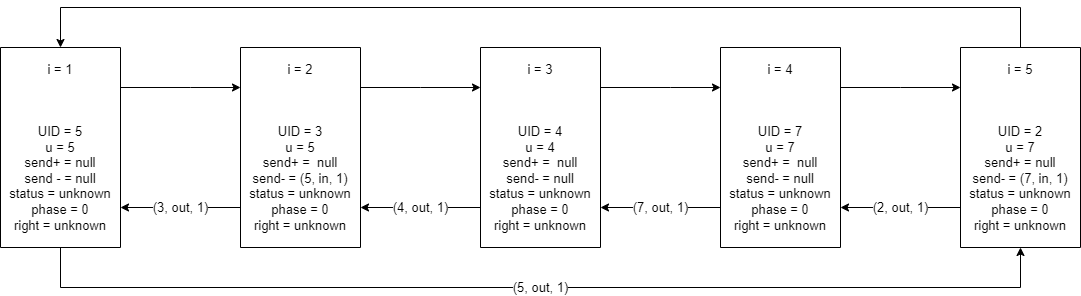
Earlier version of the draw.io export tods/02-tods.drawio.png (h1tlan/tods_first_exercise). Source tidied: cells renumbered, new cells last; positions are measured from the earlier drawing's top-left corner, leaving out a move shared by most shapes.
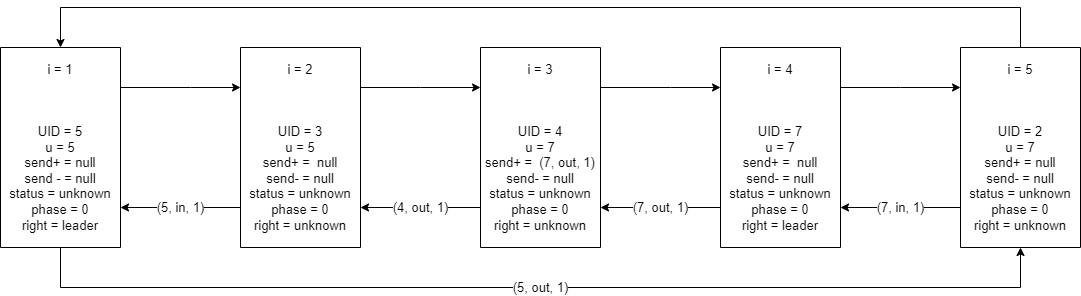
Above is the later version.

Diff of the diagram source:
```diff
@@ -18,10 +18,10 @@
         </Array>
       </mxGeometry>
     </mxCell>
-    <mxCell id="4" value="i = 1&lt;br&gt;&lt;br&gt;&lt;br&gt;&lt;br&gt;UID = 5&lt;br&gt;u = 5&lt;br&gt;send+ = null&lt;br&gt;send - = null&lt;br&gt;status = unknown&lt;br&gt;phase = 0&lt;br&gt;right = unknown" style="rounded=0;whiteSpace=wrap;html=1;fontSize=13;direction=south;" parent="1" vertex="1">
+    <mxCell id="4" value="i = 1&lt;br&gt;&lt;br&gt;&lt;br&gt;&lt;br&gt;UID = 5&lt;br&gt;u = 5&lt;br&gt;send+ = null&lt;br&gt;send - = null&lt;br&gt;status = unknown&lt;br&gt;phase = 0&lt;br&gt;right = leader" style="rounded=0;whiteSpace=wrap;html=1;fontSize=13;direction=south;" parent="1" vertex="1">
       <mxGeometry y="40" width="120" height="200" as="geometry" />
     </mxCell>
-    <mxCell id="5" value="(3, out, 1)" style="edgeStyle=orthogonalEdgeStyle;rounded=0;jettySize=auto;html=1;labelBorderColor=none;fontSize=13;" parent="1" edge="1" source="7" target="4">
+    <mxCell id="5" value="(5, in, 1)" style="edgeStyle=orthogonalEdgeStyle;rounded=0;jettySize=auto;html=1;labelBorderColor=none;fontSize=13;" parent="1" edge="1" source="7" target="4">
       <mxGeometry relative="1" as="geometry">
         <Array as="points">
           <mxPoint x="190" y="200" />
@@ -37,7 +37,7 @@
         </Array>
       </mxGeometry>
     </mxCell>
-    <mxCell id="7" value="i = 2&lt;br&gt;&lt;br&gt;&lt;br&gt;&lt;br&gt;UID = 3&lt;br&gt;u = 5&lt;br&gt;send+ =&amp;nbsp; null&lt;br&gt;send- = (5, in, 1)&lt;br&gt;status = unknown&lt;br&gt;phase = 0&lt;br&gt;right = unknown" style="rounded=0;whiteSpace=wrap;html=1;fontSize=13;direction=south;" parent="1" vertex="1">
+    <mxCell id="7" value="i = 2&lt;br&gt;&lt;br&gt;&lt;br&gt;&lt;br&gt;UID = 3&lt;br&gt;u = 5&lt;br&gt;send+ =&amp;nbsp; null&lt;br&gt;send- = null&lt;br&gt;status = unknown&lt;br&gt;phase = 0&lt;br&gt;right = unknown" style="rounded=0;whiteSpace=wrap;html=1;fontSize=13;direction=south;" parent="1" vertex="1">
       <mxGeometry x="240" y="40" width="120" height="200" as="geometry" />
     </mxCell>
     <mxCell id="8" value="(4, out, 1)" style="edgeStyle=orthogonalEdgeStyle;rounded=0;jettySize=auto;html=1;labelBorderColor=none;fontSize=13;" parent="1" edge="1" source="10" target="7">
@@ -56,7 +56,7 @@
         </Array>
       </mxGeometry>
     </mxCell>
-    <mxCell id="10" value="i = 3&lt;br&gt;&lt;br&gt;&lt;br&gt;&lt;br&gt;UID = 4&lt;br&gt;u = 4&lt;br&gt;send+ =&amp;nbsp; null&lt;br&gt;send- = null&lt;br&gt;status = unknown&lt;br&gt;phase = 0&lt;br&gt;right = unknown" style="rounded=0;whiteSpace=wrap;html=1;fontSize=13;direction=south;" parent="1" vertex="1">
+    <mxCell id="10" value="i = 3&lt;br&gt;&lt;br&gt;&lt;br&gt;&lt;br&gt;UID = 4&lt;br&gt;u = 7&lt;br&gt;send+ =&amp;nbsp; (7, out, 1)&lt;br&gt;send- = null&lt;br&gt;status = unknown&lt;br&gt;phase = 0&lt;br&gt;right = unknown" style="rounded=0;whiteSpace=wrap;html=1;fontSize=13;direction=south;" parent="1" vertex="1">
       <mxGeometry x="480" y="40" width="120" height="200" as="geometry" />
     </mxCell>
     <mxCell id="11" value="(7, out, 1)" style="edgeStyle=orthogonalEdgeStyle;rounded=0;jettySize=auto;html=1;labelBorderColor=none;fontSize=13;" parent="1" edge="1" source="13" target="10">
@@ -75,10 +75,10 @@
         </Array>
       </mxGeometry>
     </mxCell>
-    <mxCell id="13" value="i = 4&lt;br&gt;&lt;br&gt;&lt;br&gt;&lt;br&gt;UID = 7&lt;br&gt;u = 7&lt;br&gt;send+ =&amp;nbsp; null&lt;br&gt;send- = null&lt;br&gt;status = unknown&lt;br&gt;phase = 0&lt;br&gt;right = unknown" style="rounded=0;whiteSpace=wrap;html=1;fontSize=13;direction=south;" parent="1" vertex="1">
+    <mxCell id="13" value="i = 4&lt;br&gt;&lt;br&gt;&lt;br&gt;&lt;br&gt;UID = 7&lt;br&gt;u = 7&lt;br&gt;send+ =&amp;nbsp; null&lt;br&gt;send- = null&lt;br&gt;status = unknown&lt;br&gt;phase = 0&lt;br&gt;right = leader" style="rounded=0;whiteSpace=wrap;html=1;fontSize=13;direction=south;" parent="1" vertex="1">
       <mxGeometry x="720" y="40" width="120" height="200" as="geometry" />
     </mxCell>
-    <mxCell id="14" value="(2, out, 1)" style="edgeStyle=orthogonalEdgeStyle;rounded=0;jettySize=auto;html=1;labelBorderColor=none;fontSize=13;" parent="1" edge="1" source="16" target="13">
+    <mxCell id="14" value="(7, in, 1)" style="edgeStyle=orthogonalEdgeStyle;rounded=0;jettySize=auto;html=1;labelBorderColor=none;fontSize=13;" parent="1" edge="1" source="16" target="13">
       <mxGeometry relative="1" as="geometry">
         <Array as="points">
           <mxPoint x="910" y="200" />
@@ -94,7 +94,7 @@
         </Array>
       </mxGeometry>
     </mxCell>
-    <mxCell id="16" value="i = 5&lt;br&gt;&lt;br&gt;&lt;br&gt;&lt;br&gt;UID = 2&lt;br&gt;u = 7&lt;br&gt;send+ = null&lt;br&gt;send- = (7, in, 1)&lt;br&gt;status = unknown&lt;br&gt;phase = 0&lt;br&gt;right = unknown" style="rounded=0;whiteSpace=wrap;html=1;fontSize=13;direction=south;" parent="1" vertex="1">
+    <mxCell id="16" value="i = 5&lt;br&gt;&lt;br&gt;&lt;br&gt;&lt;br&gt;UID = 2&lt;br&gt;u = 7&lt;br&gt;send+ = null&lt;br&gt;send- = null&lt;br&gt;status = unknown&lt;br&gt;phase = 0&lt;br&gt;right = unknown" style="rounded=0;whiteSpace=wrap;html=1;fontSize=13;direction=south;" parent="1" vertex="1">
       <mxGeometry x="960" y="40" width="120" height="200" as="geometry" />
     </mxCell>
   </root>
```
